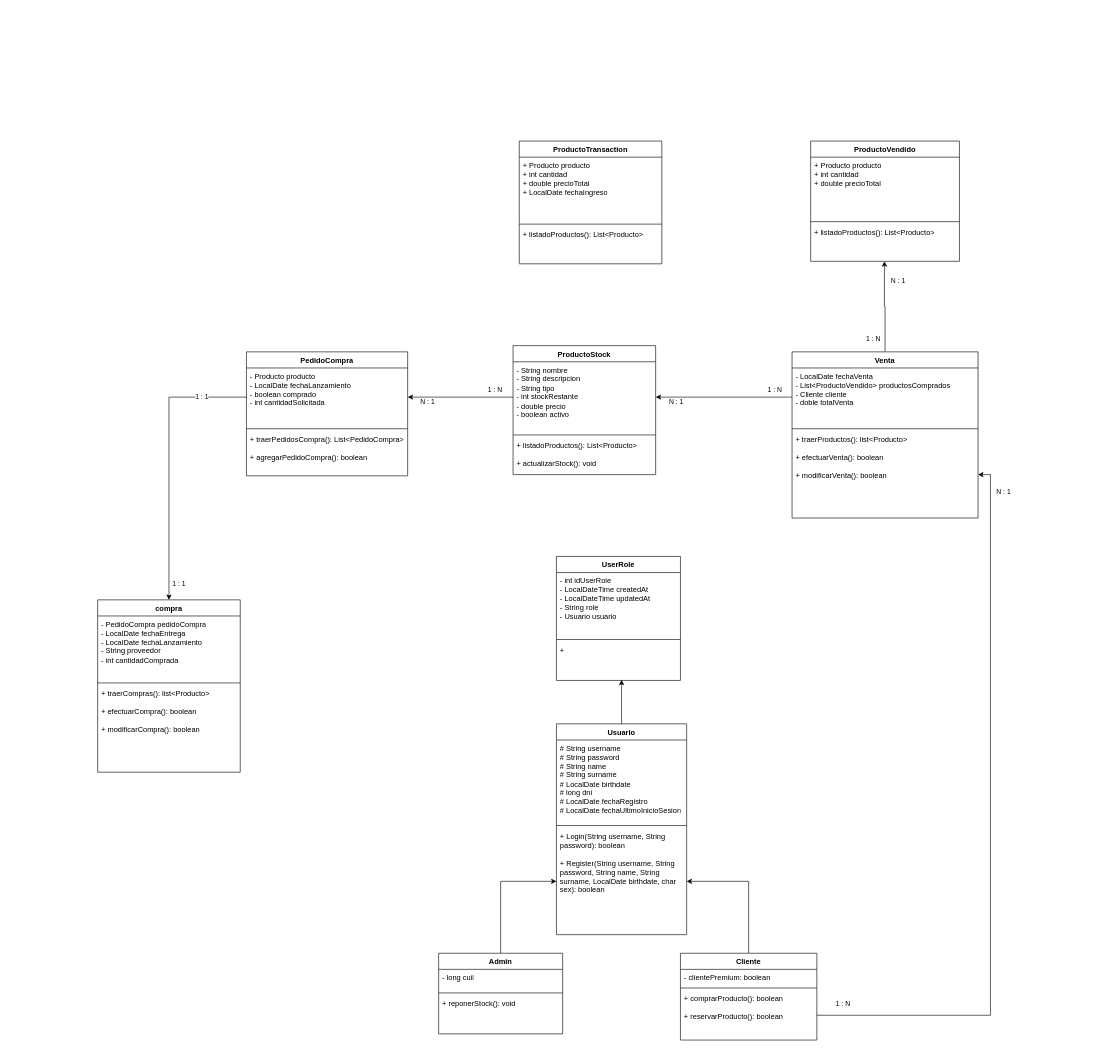
This is Diagrama de clases (Diagram.net).drawio from EzequielDeiana/grupo-2-OO2-2024, a draw.io file, before an edit. Source tidied: cells renumbered, new cells numbered last; positions are measured from the earlier drawing's top-left corner, leaving out a move shared by most shapes. Both pictures are drawn from the tidied source at 62%, with x=0, y=0 at pixel (97, 141).
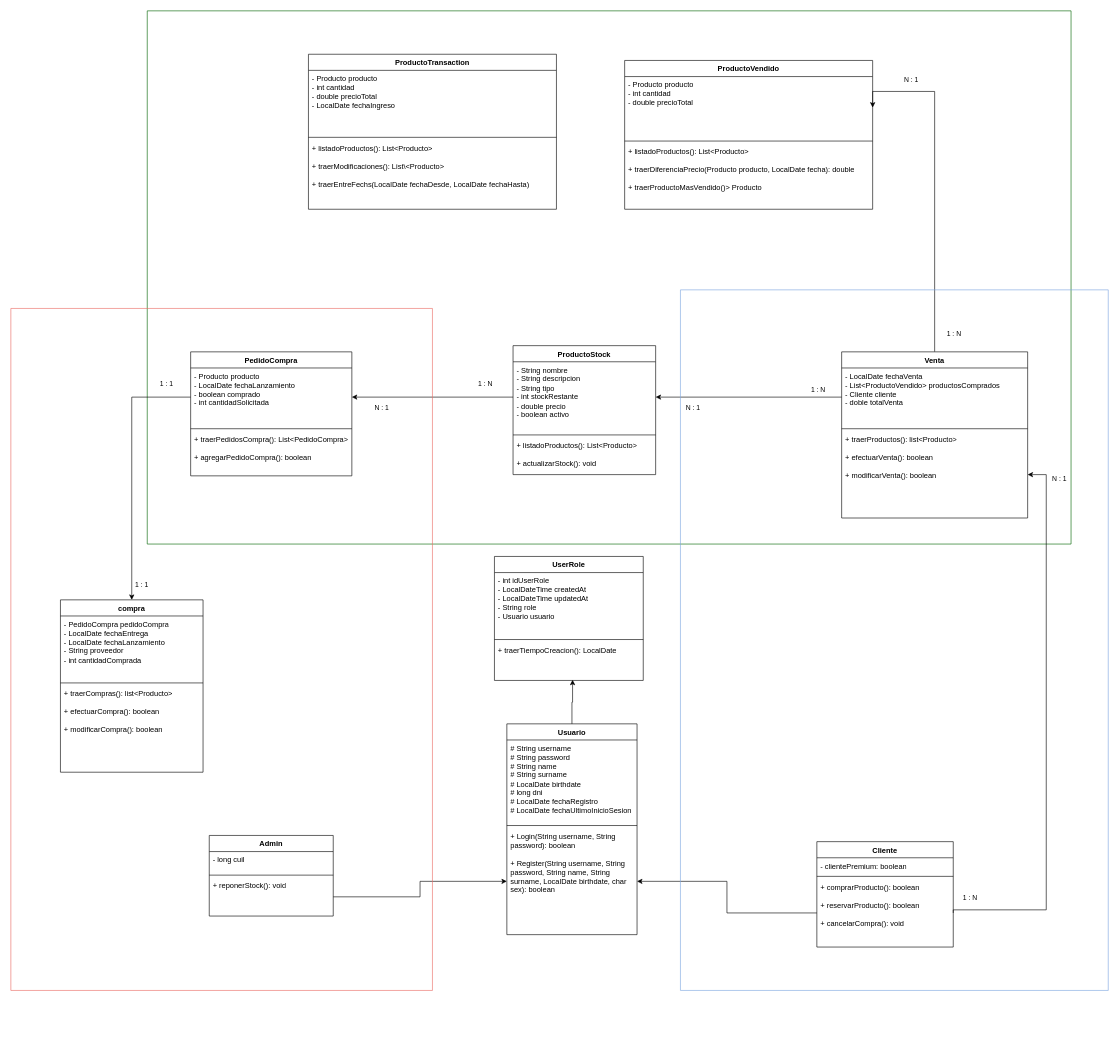
The same diagram, later.

Commit message (it also covers changes not shown here):
Agregando pequeños detalles al diagrama de clases

Unchanged cells that the change refers to:
```xml
<mxCell id="9" value="+ Login(String username, String password): boolean&lt;div&gt;&lt;br&gt;&lt;/div&gt;&lt;div&gt;+ Register(String username, String password, String name, String surname, LocalDate birthdate, char sex): boolean&lt;/div&gt;" style="text;strokeColor=none;fillColor=none;align=left;verticalAlign=top;spacingLeft=4;spacingRight=4;overflow=hidden;points=[[0,0.5],[1,0.5]];portConstraint=eastwest;whiteSpace=wrap;html=1;" parent="6" vertex="1">
  <mxGeometry y="168" width="210" height="172" as="geometry" />
</mxCell>
<mxCell id="14" value="+ reponerStock(): void" style="text;strokeColor=none;fillColor=none;align=left;verticalAlign=top;spacingLeft=4;spacingRight=4;overflow=hidden;points=[[0,0.5],[1,0.5]];portConstraint=eastwest;whiteSpace=wrap;html=1;" parent="11" vertex="1">
  <mxGeometry y="68" width="200" height="62" as="geometry" />
</mxCell>
<mxCell id="21" value="+ traerProductos(): list&amp;lt;Producto&amp;gt;&lt;div&gt;&lt;br&gt;&lt;/div&gt;&lt;div&gt;+ efectuarVenta(): boolean&lt;/div&gt;&lt;div&gt;&lt;br&gt;&lt;/div&gt;&lt;div&gt;+ modificarVenta(): boolean&lt;/div&gt;" style="text;strokeColor=none;fillColor=none;align=left;verticalAlign=top;spacingLeft=4;spacingRight=4;overflow=hidden;points=[[0,0.5],[1,0.5]];portConstraint=eastwest;whiteSpace=wrap;html=1;" parent="18" vertex="1">
  <mxGeometry y="128" width="300" height="140" as="geometry" />
</mxCell>
<mxCell id="35" style="edgeStyle=orthogonalEdgeStyle;rounded=0;jettySize=auto;html=1;entryX=0.5;entryY=0;entryDx=0;entryDy=0;" parent="1" edge="1" source="28" target="31">
  <mxGeometry relative="1" as="geometry" />
</mxCell>
<mxCell id="49" style="edgeStyle=orthogonalEdgeStyle;rounded=0;jettySize=auto;html=1;entryX=1;entryY=0.5;entryDx=0;entryDy=0;" parent="1" edge="1" source="3" target="28">
  <mxGeometry relative="1" as="geometry" />
</mxCell>
<mxCell id="52" style="edgeStyle=orthogonalEdgeStyle;rounded=0;jettySize=auto;html=1;entryX=1;entryY=0.5;entryDx=0;entryDy=0;" parent="1" edge="1" source="19" target="3">
  <mxGeometry relative="1" as="geometry" />
</mxCell>
```

Change to the diagram source:
```diff
@@
+    <mxCell id="60" style="swimlane;startSize=0;fillColor=#006600;strokeColor=#006600;" parent="1" vertex="1">
+      <mxGeometry x="80" y="-210" width="1490" height="860" as="geometry" />
+    </mxCell>
+    <mxCell id="45" value="ProductoTransaction" style="swimlane;fontStyle=1;align=center;verticalAlign=top;horizontal=1;startSize=26;whiteSpace=wrap;html=1;" parent="60" vertex="1">
+      <mxGeometry x="260" y="70" width="400" height="250" as="geometry" />
+    </mxCell>
+    <mxCell id="46" value="- Producto producto&lt;br&gt;&lt;div&gt;- int cantidad&lt;/div&gt;&lt;div&gt;- double precioTotal&lt;/div&gt;&lt;div&gt;- LocalDate fechaIngreso&lt;/div&gt;" style="text;strokeColor=none;fillColor=none;align=left;verticalAlign=top;spacingLeft=4;spacingRight=4;overflow=hidden;whiteSpace=wrap;html=1;" parent="45" vertex="1">
+      <mxGeometry y="26" width="400" height="104" as="geometry" />
+    </mxCell>
+    <mxCell id="47" style="line;strokeWidth=1;fillColor=none;align=left;verticalAlign=middle;spacingTop=-1;spacingLeft=3;spacingRight=3;labelPosition=right;strokeColor=inherit;" parent="45" vertex="1">
+      <mxGeometry y="130" width="400" height="8" as="geometry" />
+    </mxCell>
+    <mxCell id="48" value="+ listadoProductos(): List&amp;lt;Producto&amp;gt;&lt;div&gt;&lt;br&gt;&lt;div&gt;+ traerModificaciones(): List\&amp;lt;Producto&amp;gt;&lt;/div&gt;&lt;div&gt;&lt;br&gt;&lt;/div&gt;&lt;div&gt;+ traerEntreFechs(LocalDate fechaDesde, LocalDate fechaHasta)&lt;/div&gt;&lt;/div&gt;" style="text;strokeColor=none;fillColor=none;align=left;verticalAlign=top;spacingLeft=4;spacingRight=4;overflow=hidden;whiteSpace=wrap;html=1;" parent="45" vertex="1">
+      <mxGeometry y="138" width="400" height="112" as="geometry" />
+    </mxCell>
+    <mxCell id="41" value="ProductoVendido" style="swimlane;fontStyle=1;align=center;verticalAlign=top;horizontal=1;startSize=26;whiteSpace=wrap;html=1;" parent="60" vertex="1">
+      <mxGeometry x="770" y="80" width="400" height="240" as="geometry" />
+    </mxCell>
+    <mxCell id="42" value="- Producto producto&lt;br&gt;&lt;div&gt;- int cantidad&lt;/div&gt;&lt;div&gt;- double precioTotal&lt;/div&gt;" style="text;strokeColor=none;fillColor=none;align=left;verticalAlign=top;spacingLeft=4;spacingRight=4;overflow=hidden;points=[[0,0.5],[1,0.5]];portConstraint=eastwest;whiteSpace=wrap;html=1;" parent="41" vertex="1">
+      <mxGeometry y="26" width="400" height="100" as="geometry" />
+    </mxCell>
+    <mxCell id="43" style="line;strokeWidth=1;fillColor=none;align=left;verticalAlign=middle;spacingTop=-1;spacingLeft=3;spacingRight=3;labelPosition=right;strokeColor=inherit;" parent="41" vertex="1">
+      <mxGeometry y="126" width="400" height="8" as="geometry" />
+    </mxCell>
+    <mxCell id="44" value="+ listadoProductos(): List&amp;lt;Producto&amp;gt;&lt;div&gt;&lt;br&gt;&lt;/div&gt;&lt;div&gt;+ traerDiferenciaPrecio(Producto producto, LocalDate fecha): double&lt;/div&gt;&lt;div&gt;&lt;br&gt;&lt;/div&gt;&lt;div&gt;+ traerProductoMasVendido()&amp;gt; Producto&lt;/div&gt;" style="text;strokeColor=none;fillColor=none;align=left;verticalAlign=top;spacingLeft=4;spacingRight=4;overflow=hidden;points=[[0,0.5],[1,0.5]];portConstraint=eastwest;whiteSpace=wrap;html=1;" parent="41" vertex="1">
+      <mxGeometry y="134" width="400" height="106" as="geometry" />
+    </mxCell>
@@
     <mxCell id="6" value="Usuario" style="swimlane;fontStyle=1;align=center;verticalAlign=top;horizontal=1;startSize=26;whiteSpace=wrap;html=1;" parent="1" vertex="1">
-      <mxGeometry x="740" y="940" width="210" height="340" as="geometry" />
+      <mxGeometry x="660" y="940" width="210" height="340" as="geometry" />
     </mxCell>
@@
-    <mxCell id="10" style="edgeStyle=orthogonalEdgeStyle;rounded=0;jettySize=auto;html=1;entryX=0;entryY=0.5;entryDx=0;entryDy=0;" parent="1" edge="1" source="11" target="9">
-      <mxGeometry relative="1" as="geometry" />
-    </mxCell>
     <mxCell id="11" value="Admin" style="swimlane;fontStyle=1;align=center;verticalAlign=top;horizontal=1;startSize=26;whiteSpace=wrap;html=1;" parent="1" vertex="1">
-      <mxGeometry x="550" y="1310" width="200" height="130" as="geometry" />
+      <mxGeometry x="180" y="1120" width="200" height="130" as="geometry" />
     </mxCell>
@@
-    <mxCell id="15" style="edgeStyle=orthogonalEdgeStyle;rounded=0;jettySize=auto;html=1;entryX=0.496;entryY=1;entryDx=0;entryDy=0;entryPerimeter=0;" parent="1" edge="1" source="18" target="44">
-      <mxGeometry relative="1" as="geometry" />
+    <mxCell id="15" style="edgeStyle=orthogonalEdgeStyle;rounded=0;jettySize=auto;html=1;entryX=1;entryY=0.5;entryDx=0;entryDy=0;" parent="1" edge="1" source="18" target="42">
+      <mxGeometry relative="1" as="geometry">
+        <Array as="points">
+          <mxPoint x="1350" y="-80" />
+        </Array>
+      </mxGeometry>
     </mxCell>
     <mxCell id="16" value="1 : N" style="edgeLabel;html=1;align=center;verticalAlign=middle;" parent="15" vertex="1">
       <mxGeometry x="-0.7" y="-1" relative="1" as="geometry">
-        <mxPoint x="-21" as="offset" />
+        <mxPoint x="29" y="52" as="offset" />
       </mxGeometry>
     </mxCell>
     <mxCell id="17" value="N : 1" style="edgeLabel;html=1;align=center;verticalAlign=middle;" parent="15" vertex="1">
       <mxGeometry x="0.56" y="3" relative="1" as="geometry">
-        <mxPoint x="24" as="offset" />
+        <mxPoint x="-33" y="-23" as="offset" />
       </mxGeometry>
     </mxCell>
     <mxCell id="18" value="Venta" style="swimlane;fontStyle=1;align=center;verticalAlign=top;horizontal=1;startSize=26;whiteSpace=wrap;html=1;" parent="1" vertex="1">
-      <mxGeometry x="1120" y="340" width="300" height="268" as="geometry" />
+      <mxGeometry x="1200" y="340" width="300" height="268" as="geometry" />
     </mxCell>
@@
-    <mxCell id="22" style="edgeStyle=orthogonalEdgeStyle;rounded=0;jettySize=auto;html=1;entryX=1;entryY=0.5;entryDx=0;entryDy=0;" parent="1" edge="1" source="23" target="9">
-      <mxGeometry relative="1" as="geometry" />
-    </mxCell>
     <mxCell id="23" value="Cliente" style="swimlane;fontStyle=1;align=center;verticalAlign=top;horizontal=1;startSize=26;whiteSpace=wrap;html=1;" parent="1" vertex="1">
-      <mxGeometry x="940" y="1310" width="220" height="140" as="geometry" />
+      <mxGeometry x="1160" y="1130" width="220" height="170" as="geometry" />
     </mxCell>
@@
-    <mxCell id="26" value="+ comprarProducto(): boolean&lt;div&gt;&lt;br&gt;&lt;div&gt;+ reservarProducto(): boolean&lt;/div&gt;&lt;/div&gt;" style="text;strokeColor=none;fillColor=none;align=left;verticalAlign=top;spacingLeft=4;spacingRight=4;overflow=hidden;points=[[0,0.5],[1,0.5]];portConstraint=eastwest;whiteSpace=wrap;html=1;" parent="23" vertex="1">
-      <mxGeometry y="60" width="220" height="80" as="geometry" />
+    <mxCell id="26" value="+ comprarProducto(): boolean&lt;div&gt;&lt;br&gt;&lt;div&gt;+ reservarProducto(): boolean&lt;/div&gt;&lt;/div&gt;&lt;div&gt;&lt;br&gt;&lt;/div&gt;&lt;div&gt;+ cancelarCompra(): void&lt;/div&gt;" style="text;strokeColor=none;fillColor=none;align=left;verticalAlign=top;spacingLeft=4;spacingRight=4;overflow=hidden;points=[[0,0.5],[1,0.5]];portConstraint=eastwest;whiteSpace=wrap;html=1;" parent="23" vertex="1">
+      <mxGeometry y="60" width="220" height="110" as="geometry" />
     </mxCell>
     <mxCell id="27" value="PedidoCompra" style="swimlane;fontStyle=1;align=center;verticalAlign=top;horizontal=1;startSize=26;whiteSpace=wrap;html=1;" parent="1" vertex="1">
-      <mxGeometry x="240" y="340" width="260" height="200" as="geometry" />
+      <mxGeometry x="150" y="340" width="260" height="200" as="geometry" />
     </mxCell>
@@
     <mxCell id="31" value="compra" style="swimlane;fontStyle=1;align=center;verticalAlign=top;horizontal=1;startSize=26;whiteSpace=wrap;html=1;" parent="1" vertex="1">
-      <mxGeometry y="740" width="230" height="278" as="geometry" />
+      <mxGeometry x="-60" y="740" width="230" height="278" as="geometry" />
     </mxCell>
@@
     <mxCell id="37" value="1 : 1" style="edgeLabel;html=1;align=center;verticalAlign=middle;" parent="35" vertex="1">
       <mxGeometry x="-0.74" y="-1" relative="1" as="geometry">
-        <mxPoint x="-14" as="offset" />
+        <mxPoint x="15" y="-22" as="offset" />
       </mxGeometry>
     </mxCell>
-    <mxCell id="38" style="edgeStyle=orthogonalEdgeStyle;rounded=0;jettySize=auto;html=1;entryX=1;entryY=0.5;entryDx=0;entryDy=0;" parent="1" edge="1" source="26" target="21">
-      <mxGeometry relative="1" as="geometry" />
+    <mxCell id="38" style="edgeStyle=orthogonalEdgeStyle;rounded=0;jettySize=auto;html=1;entryX=1;entryY=0.5;entryDx=0;entryDy=0;exitX=1;exitY=0.5;exitDx=0;exitDy=0;" parent="1" edge="1" source="26" target="21">
+      <mxGeometry relative="1" as="geometry">
+        <Array as="points">
+          <mxPoint x="1380" y="1240" />
+          <mxPoint x="1530" y="1240" />
+          <mxPoint x="1530" y="538" />
+        </Array>
+      </mxGeometry>
     </mxCell>
@@
-    <mxCell id="41" value="ProductoVendido" style="swimlane;fontStyle=1;align=center;verticalAlign=top;horizontal=1;startSize=26;whiteSpace=wrap;html=1;" parent="1" vertex="1">
-      <mxGeometry x="1150" width="240" height="194" as="geometry" />
-    </mxCell>
-    <mxCell id="42" value="+ Producto producto&lt;br&gt;&lt;div&gt;+ int cantidad&lt;/div&gt;&lt;div&gt;+ double precioTotal&lt;/div&gt;" style="text;strokeColor=none;fillColor=none;align=left;verticalAlign=top;spacingLeft=4;spacingRight=4;overflow=hidden;points=[[0,0.5],[1,0.5]];portConstraint=eastwest;whiteSpace=wrap;html=1;" parent="41" vertex="1">
-      <mxGeometry y="26" width="240" height="100" as="geometry" />
-    </mxCell>
-    <mxCell id="43" style="line;strokeWidth=1;fillColor=none;align=left;verticalAlign=middle;spacingTop=-1;spacingLeft=3;spacingRight=3;labelPosition=right;strokeColor=inherit;" parent="41" vertex="1">
-      <mxGeometry y="126" width="240" height="8" as="geometry" />
-    </mxCell>
-    <mxCell id="44" value="+ listadoProductos(): List&amp;lt;Producto&amp;gt;&lt;div&gt;&lt;br&gt;&lt;/div&gt;" style="text;strokeColor=none;fillColor=none;align=left;verticalAlign=top;spacingLeft=4;spacingRight=4;overflow=hidden;points=[[0,0.5],[1,0.5]];portConstraint=eastwest;whiteSpace=wrap;html=1;" parent="41" vertex="1">
-      <mxGeometry y="134" width="240" height="60" as="geometry" />
-    </mxCell>
-    <mxCell id="45" value="ProductoTransaction" style="swimlane;fontStyle=1;align=center;verticalAlign=top;horizontal=1;startSize=26;whiteSpace=wrap;html=1;" parent="1" vertex="1">
-      <mxGeometry x="680" width="230" height="198" as="geometry" />
-    </mxCell>
-    <mxCell id="46" value="+ Producto producto&lt;br&gt;&lt;div&gt;+ int cantidad&lt;/div&gt;&lt;div&gt;+ double precioTotal&lt;/div&gt;&lt;div&gt;+ LocalDate fechaIngreso&lt;/div&gt;" style="text;strokeColor=none;fillColor=none;align=left;verticalAlign=top;spacingLeft=4;spacingRight=4;overflow=hidden;whiteSpace=wrap;html=1;" parent="45" vertex="1">
-      <mxGeometry y="26" width="230" height="104" as="geometry" />
-    </mxCell>
-    <mxCell id="47" style="line;strokeWidth=1;fillColor=none;align=left;verticalAlign=middle;spacingTop=-1;spacingLeft=3;spacingRight=3;labelPosition=right;strokeColor=inherit;" parent="45" vertex="1">
-      <mxGeometry y="130" width="230" height="8" as="geometry" />
-    </mxCell>
-    <mxCell id="48" value="+ listadoProductos(): List&amp;lt;Producto&amp;gt;&lt;div&gt;&lt;br&gt;&lt;/div&gt;" style="text;strokeColor=none;fillColor=none;align=left;verticalAlign=top;spacingLeft=4;spacingRight=4;overflow=hidden;whiteSpace=wrap;html=1;" parent="45" vertex="1">
-      <mxGeometry y="138" width="230" height="60" as="geometry" />
-    </mxCell>
@@
     <mxCell id="50" value="1 : N" style="edgeLabel;html=1;align=center;verticalAlign=middle;" parent="49" vertex="1">
       <mxGeometry x="-0.65" relative="1" as="geometry">
-        <mxPoint y="-13" as="offset" />
+        <mxPoint y="-23" as="offset" />
       </mxGeometry>
     </mxCell>
     <mxCell id="51" value="N : 1" style="edgeLabel;html=1;align=center;verticalAlign=middle;" parent="49" vertex="1">
       <mxGeometry x="0.64" y="1" relative="1" as="geometry">
-        <mxPoint y="6" as="offset" />
+        <mxPoint y="16" as="offset" />
       </mxGeometry>
     </mxCell>
@@
     <mxCell id="54" value="N : 1" style="edgeLabel;html=1;align=center;verticalAlign=middle;" parent="52" vertex="1">
       <mxGeometry x="0.71" y="-4" relative="1" as="geometry">
-        <mxPoint y="11" as="offset" />
+        <mxPoint x="16" y="21" as="offset" />
       </mxGeometry>
     </mxCell>
     <mxCell id="55" value="UserRole" style="swimlane;fontStyle=1;align=center;verticalAlign=top;horizontal=1;startSize=26;whiteSpace=wrap;html=1;" parent="1" vertex="1">
-      <mxGeometry x="740" y="670" width="200" height="200" as="geometry" />
+      <mxGeometry x="640" y="670" width="240" height="200" as="geometry" />
     </mxCell>
     <mxCell id="56" value="&lt;div&gt;- int idUserRole&lt;/div&gt;&lt;div&gt;- LocalDateTime createdAt&lt;/div&gt;&lt;div&gt;- LocalDateTime updatedAt&lt;/div&gt;&lt;div&gt;- String role&lt;/div&gt;&lt;div&gt;- Usuario usuario&lt;/div&gt;" style="text;strokeColor=none;fillColor=none;align=left;verticalAlign=top;spacingLeft=4;spacingRight=4;overflow=hidden;whiteSpace=wrap;html=1;" parent="55" vertex="1">
-      <mxGeometry y="26" width="200" height="104" as="geometry" />
+      <mxGeometry y="26" width="240" height="104" as="geometry" />
     </mxCell>
     <mxCell id="57" style="line;strokeWidth=1;fillColor=none;align=left;verticalAlign=middle;spacingTop=-1;spacingLeft=3;spacingRight=3;labelPosition=right;strokeColor=inherit;" parent="55" vertex="1">
-      <mxGeometry y="130" width="200" height="8" as="geometry" />
+      <mxGeometry y="130" width="240" height="8" as="geometry" />
     </mxCell>
-    <mxCell id="58" value="+&amp;nbsp;" style="text;strokeColor=none;fillColor=none;align=left;verticalAlign=top;spacingLeft=4;spacingRight=4;overflow=hidden;points=[[0,0.5],[1,0.5]];portConstraint=eastwest;whiteSpace=wrap;html=1;" parent="55" vertex="1">
-      <mxGeometry y="138" width="200" height="62" as="geometry" />
+    <mxCell id="58" value="+ traerTiempoCreacion(): LocalDate" style="text;strokeColor=none;fillColor=none;align=left;verticalAlign=top;spacingLeft=4;spacingRight=4;overflow=hidden;points=[[0,0.5],[1,0.5]];portConstraint=eastwest;whiteSpace=wrap;html=1;" parent="55" vertex="1">
+      <mxGeometry y="138" width="240" height="62" as="geometry" />
     </mxCell>
@@
+    <mxCell id="61" style="edgeStyle=orthogonalEdgeStyle;rounded=0;jettySize=auto;html=1;" parent="1" edge="1" source="26" target="9">
+      <mxGeometry relative="1" as="geometry" />
+    </mxCell>
+    <mxCell id="62" style="edgeStyle=orthogonalEdgeStyle;rounded=0;jettySize=auto;html=1;entryX=0;entryY=0.5;entryDx=0;entryDy=0;" parent="1" edge="1" source="14" target="9">
+      <mxGeometry relative="1" as="geometry" />
+    </mxCell>
+    <mxCell id="63" style="swimlane;startSize=0;strokeColor=#EA6B66;" parent="1" vertex="1">
+      <mxGeometry x="-140" y="270" width="680" height="1100" as="geometry" />
+    </mxCell>
+    <mxCell id="64" style="swimlane;startSize=0;strokeColor=#7EA6E0;" parent="1" vertex="1">
+      <mxGeometry x="940" y="240" width="690" height="1130" as="geometry" />
+    </mxCell>
```
